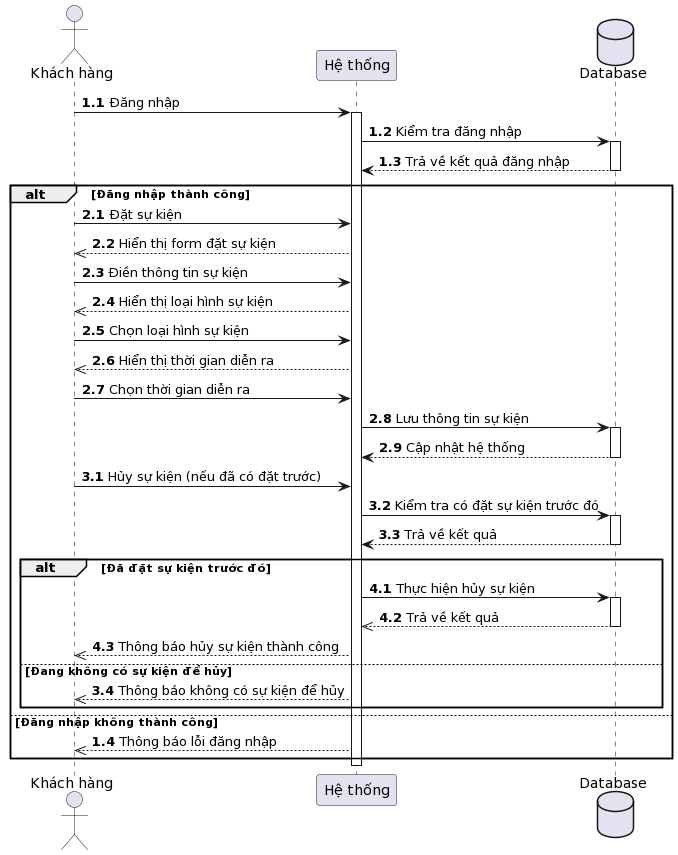
Earlier version of the PlantUML export Lab 1/Lab 1.2/sequence diagram/Quản lý sự kiện-Khách hàng.png (KhanhDo2604/SE357-Pratice-class). Its diagram source:
```plantuml
@startuml
actor "Khách hàng" as customer
participant "Hệ thống" as system
database Database as db

autonumber 1.1
customer -> system: Đăng nhập
activate system
system -> db: Kiểm tra đăng nhập
activate db
db --> system : Trả về kết quả đăng nhập
deactivate db

alt Đăng nhập thành công
  autonumber 2.1
  customer -> system: Đặt sự kiện
  system -->> customer: Hiển thị form đặt sự kiện
  customer -> system: Điền thông tin sự kiện
  system -->> customer: Hiển thị loại hình sự kiện
  customer -> system: Chọn loại hình sự kiện
  system -->> customer: Hiển thị thời gian diễn ra
  customer -> system: Chọn thời gian diễn ra


  system -> db: Lưu thông tin sự kiện
  activate db
  db --> system : Cập nhật hệ thống
  deactivate db

  autonumber 3.1
  customer -> system: Hủy sự kiện (nếu đã có đặt trước)
  system -> db: Kiểm tra có đặt sự kiện trước đó
  activate db
  db --> system : Trả về kết quả
  deactivate db

  alt Đã đặt sự kiện trước đó
    autonumber 4.1
    system -> db: Thực hiện hủy sự kiện
    activate db
    db -->> system : Trả về kết quả
    deactivate db
    system -->> customer: Thông báo hủy sự kiện thành công
  else Đang không có sự kiện để hủy
    autonumber 3.4
    system -->> customer: Thông báo không có sự kiện để hủy
  end

else Đăng nhập không thành công
  autonumber 1.4
  system -->> customer: Thông báo lỗi đăng nhập
end

deactivate system
@enduml
```
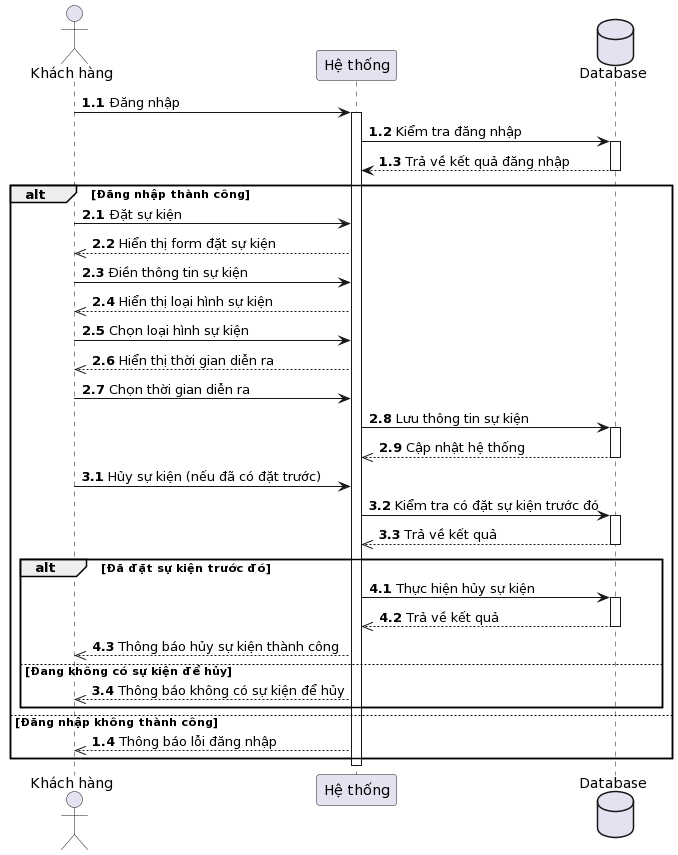
After the commit.

Commit message:
update sequence diagram

The edit, as a diff of the source:
```diff
@@ -24,14 +24,14 @@
 
   system -> db: Lưu thông tin sự kiện
   activate db
-  db --> system : Cập nhật hệ thống
+  db -->> system : Cập nhật hệ thống
   deactivate db
 
   autonumber 3.1
   customer -> system: Hủy sự kiện (nếu đã có đặt trước)
   system -> db: Kiểm tra có đặt sự kiện trước đó
   activate db
-  db --> system : Trả về kết quả
+  db -->> system : Trả về kết quả
   deactivate db
 
   alt Đã đặt sự kiện trước đó
```
